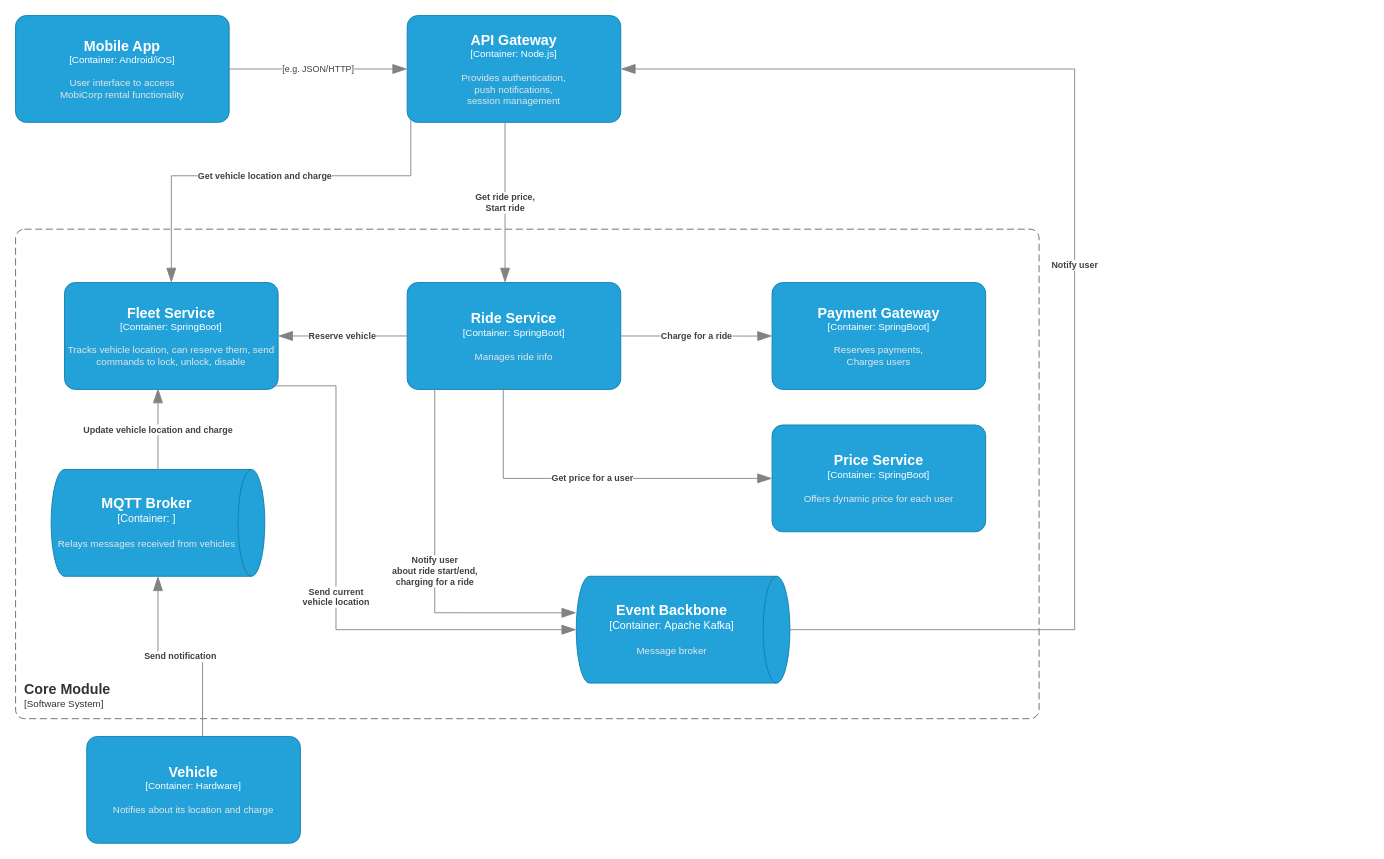
This is hld/core-func/Core Containers.drawio from Oleggio/five-nines-arch-katas, a draw.io file, before an edit. Source tidied: cells renumbered, new cells numbered last; positions are measured from the earlier drawing's top-left corner, leaving out a move shared by most shapes. Both pictures are drawn from the tidied source at 89%, with x=0, y=0 at pixel (15, 15).
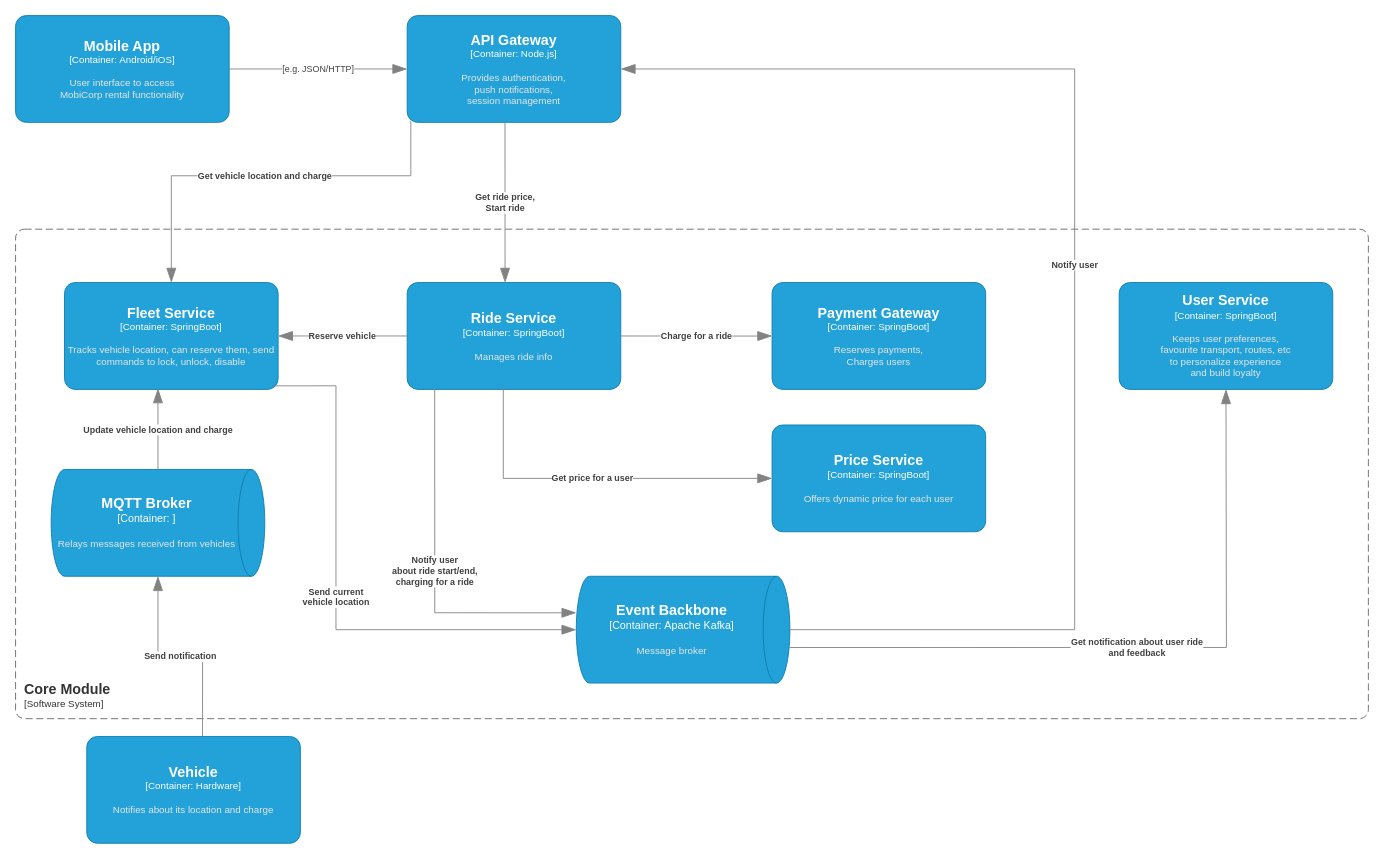
The same diagram, later.

Commit message (it also covers changes not shown here):
Add user service as a core container

Unchanged cells that the change refers to:
```xml
<object id="6" label="&lt;font style=&quot;font-size: 16px&quot;&gt;&lt;b&gt;%c4Name%&lt;/b&gt;&lt;/font&gt;&lt;div&gt;[%c4Type%:&amp;nbsp;%c4Technology%]&lt;/div&gt;&lt;br&gt;&lt;div&gt;&lt;font style=&quot;font-size: 11px&quot;&gt;&lt;font color=&quot;#E6E6E6&quot;&gt;%c4Description%&lt;/font&gt;&lt;/div&gt;" c4Description="Message broker" c4Name="Event Backbone " c4Technology="Apache Kafka" c4Type="Container" placeholders="1">
  <mxCell style="shape=cylinder3;size=15;direction=south;whiteSpace=wrap;html=1;boundedLbl=1;rounded=0;labelBackgroundColor=none;fillColor=#23A2D9;fontSize=12;fontColor=#ffffff;align=center;strokeColor=#0E7DAD;points=[[0.5,0,0],[1,0.25,0],[1,0.5,0],[1,0.75,0],[0.5,1,0],[0,0.75,0],[0,0.5,0],[0,0.25,0]];" parent="1" vertex="1">
    <mxGeometry x="630" y="630" width="240" height="120" as="geometry" />
  </mxCell>
</object>
```

What changed in the source:
```diff
@@
     <object id="5" label="&lt;font style=&quot;font-size: 16px&quot;&gt;&lt;b&gt;&lt;div style=&quot;text-align: left&quot;&gt;%c4Name%&lt;/div&gt;&lt;/b&gt;&lt;/font&gt;&lt;div style=&quot;text-align: left&quot;&gt;[%c4Application%]&lt;/div&gt;" c4Application="Software System" c4Name="Core Module" placeholders="1">
       <mxCell style="rounded=1;fontSize=11;whiteSpace=wrap;html=1;dashed=1;arcSize=20;fillColor=none;strokeColor=#666666;fontColor=#333333;labelBackgroundColor=none;align=left;verticalAlign=bottom;labelBorderColor=none;spacingTop=0;spacing=10;dashPattern=8 4;perimeter=rectanglePerimeter;noLabel=0;labelPadding=0;absoluteArcSize=1;" parent="1" vertex="1">
-        <mxGeometry y="240" width="1150" height="550" as="geometry" />
+        <mxGeometry y="240" width="1520" height="550" as="geometry" />
       </mxCell>
     </object>
@@
+    <object id="23" label="&lt;font style=&quot;font-size: 16px&quot;&gt;&lt;b&gt;%c4Name%&lt;/b&gt;&lt;/font&gt;&lt;div&gt;[%c4Type%: %c4Technology%]&lt;/div&gt;&lt;br&gt;&lt;div&gt;&lt;font style=&quot;font-size: 11px&quot;&gt;&lt;font color=&quot;#E6E6E6&quot;&gt;%c4Description%&lt;/font&gt;&lt;/div&gt;" c4Description="Keeps user preferences,&#10;favourite transport, routes, etc&#10;to personalize experience&#10;and build loyalty" c4Name="User Service" c4Technology="SpringBoot" c4Type="Container" placeholders="1">
+      <mxCell style="rounded=1;whiteSpace=wrap;html=1;fontSize=11;labelBackgroundColor=none;fillColor=#23A2D9;fontColor=#ffffff;align=center;arcSize=10;strokeColor=#0E7DAD;" parent="1" vertex="1">
+        <mxGeometry x="1240" y="300" width="240" height="120" as="geometry" />
+      </mxCell>
+    </object>
+    <object id="24" label="&lt;div style=&quot;text-align: left&quot;&gt;&lt;div style=&quot;text-align: center&quot;&gt;&lt;b&gt;%c4Description%&lt;/b&gt;&lt;/div&gt;" c4Description="Get notification about user ride&#10;and feedback" placeholders="1">
+      <mxCell style="endArrow=blockThin;html=1;fontSize=10;fontColor=#404040;strokeWidth=1;endFill=1;strokeColor=#828282;elbow=vertical;endSize=14;startSize=14;jumpStyle=arc;jumpSize=16;rounded=0;edgeStyle=orthogonalEdgeStyle;exitX=0.667;exitY=0;exitDx=0;exitDy=0;exitPerimeter=0;" parent="1" edge="1" source="6">
+        <mxGeometry relative="1" as="geometry">
+          <mxPoint x="1360" y="420" as="targetPoint" />
+        </mxGeometry>
+      </mxCell>
+    </object>
```
